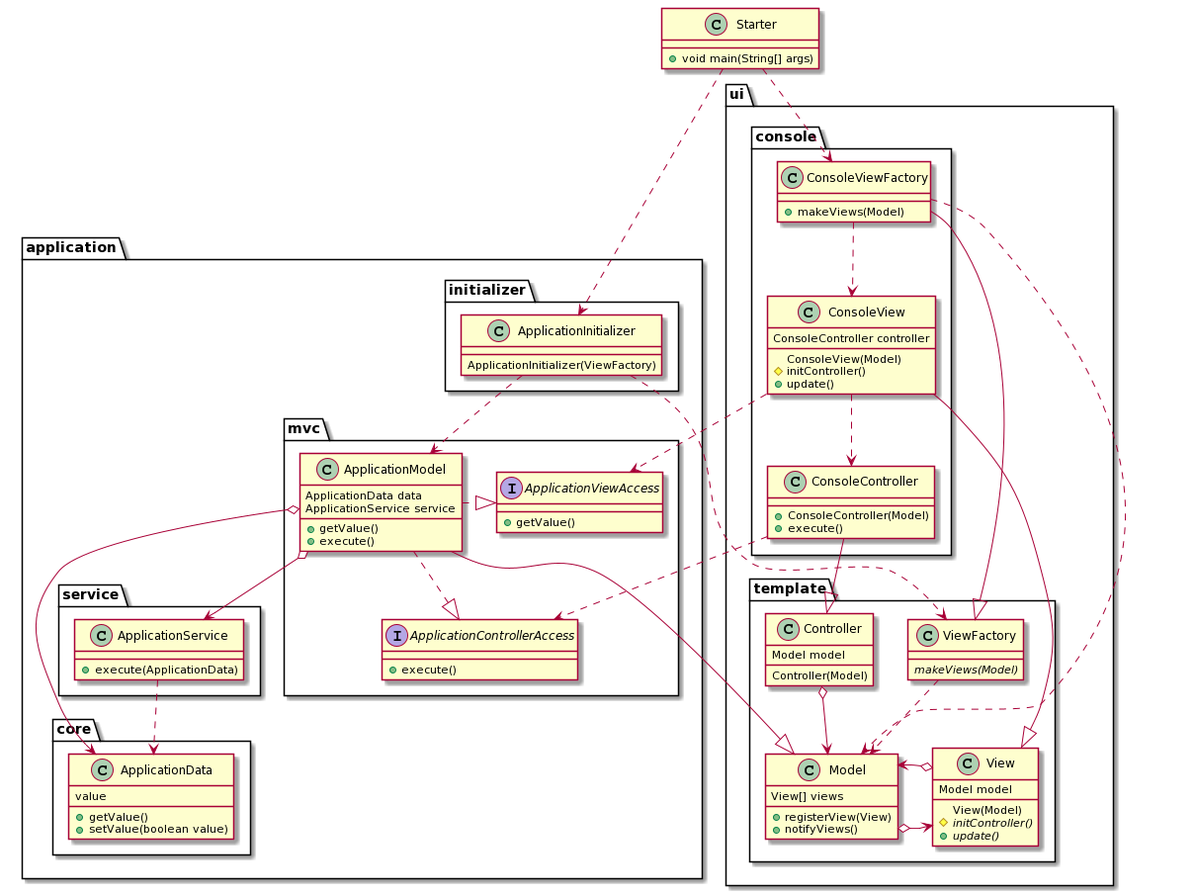
Erwerner/MVCTemplate keeps this PlantUML diagram as uml/mvc.png. Above is the earlier version.
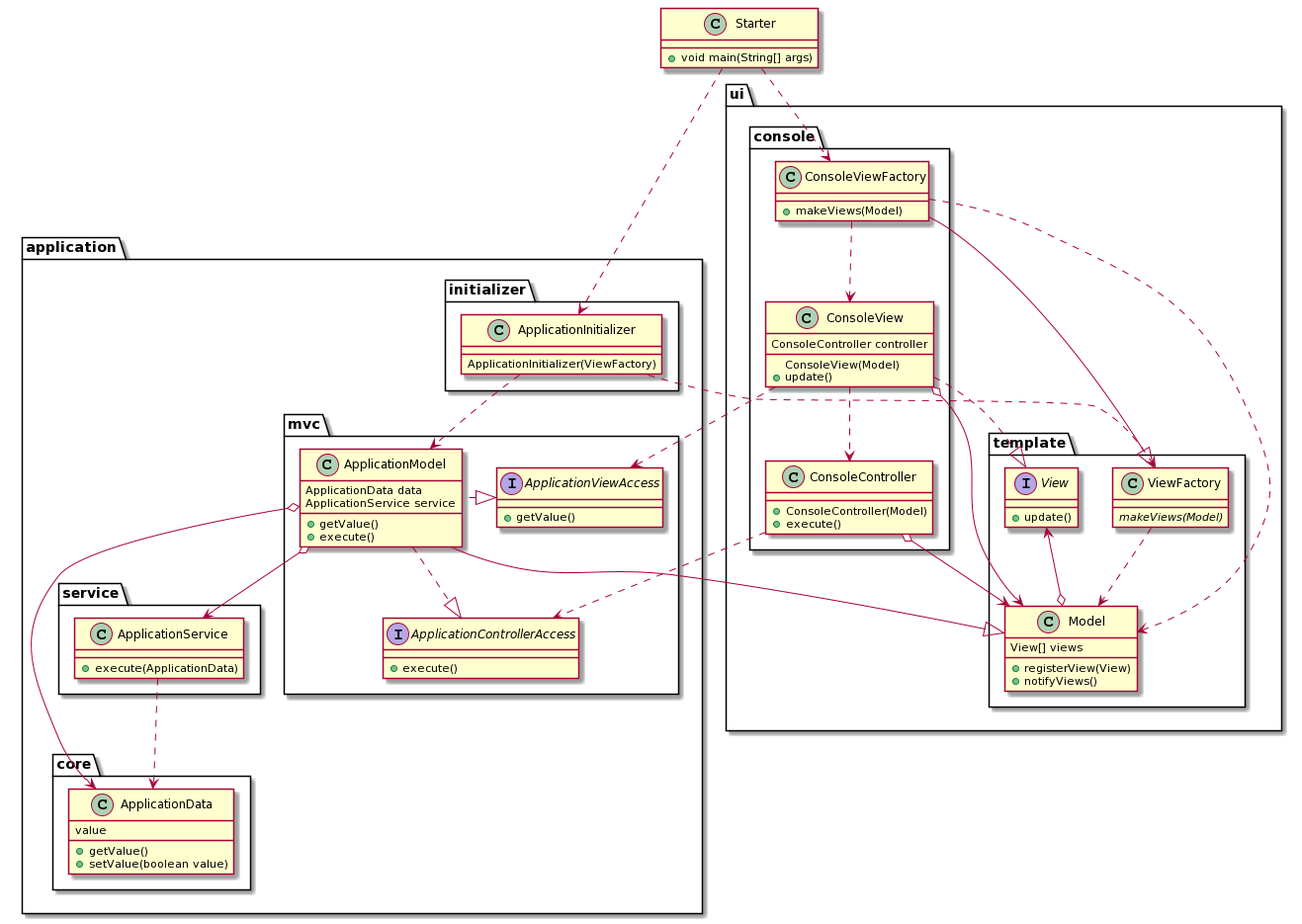
After the change.

Commit message:
replaces view class with interface and removes controller baseclass

The edit, as a diff of the source:
```diff
@@ -39,22 +39,14 @@
   }
   package ui{
     package template{
-class Controller
-{
-Model model
-Controller(Model)
-}
 class Model {
 View[] views
 + registerView(View)
 + notifyViews()
 }
-class View
+interface View
 {
-Model model
-View(Model)
-# {abstract} initController()
-+ {abstract} update()
++ update()
 }
 class ViewFactory
 {
@@ -71,7 +63,6 @@
 {
 ConsoleController controller
 ConsoleView(Model)
-# initController()
 + update()
 }
 class ConsoleViewFactory
@@ -90,25 +81,24 @@
 
 ApplicationModel --|> Model
 ApplicationModel ..|> ApplicationControllerAccess
-ApplicationModel .right.|> ApplicationViewAccess
+ApplicationModel .left.|> ApplicationViewAccess
 ApplicationModel o--> ApplicationData
 ApplicationModel o--> ApplicationService
 
 ApplicationService ..> ApplicationData
 
-ConsoleController --|> Controller
 ConsoleController ..> ApplicationControllerAccess
 
-ConsoleView --|> View
+ConsoleView ..|> View
 ConsoleView ..> ApplicationViewAccess
 ConsoleView ..> ConsoleController
+ConsoleView o-->Model
+ConsoleController o-->Model
 
 ConsoleViewFactory --|> ViewFactory
 ConsoleViewFactory ..> Model
 ConsoleViewFactory ..> ConsoleView
-Controller  o--> Model
-Model o-left-> View
-View o--> Model
+Model o-up-> View
 
 Starter ..> ApplicationInitializer
 Starter ..>  ConsoleViewFactory
```
